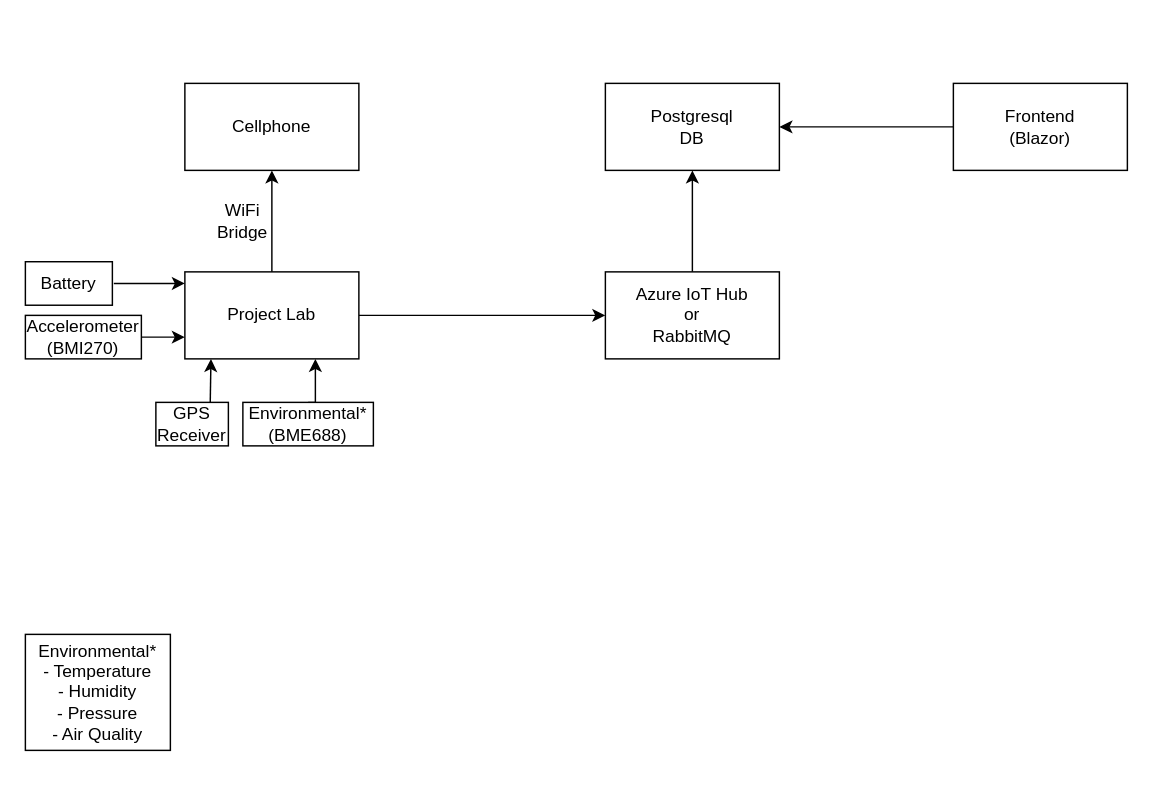
This is project-planning/CycleStream-project-architecture.drawio from markjamesm/CycleStream, a draw.io file, before an edit. Source tidied: cells renumbered, new cells numbered last; positions are measured from the earlier drawing's top-left corner, leaving out a move shared by most shapes. Both pictures are drawn from the tidied source at 145%, with x=0, y=0 at pixel (25, 83).
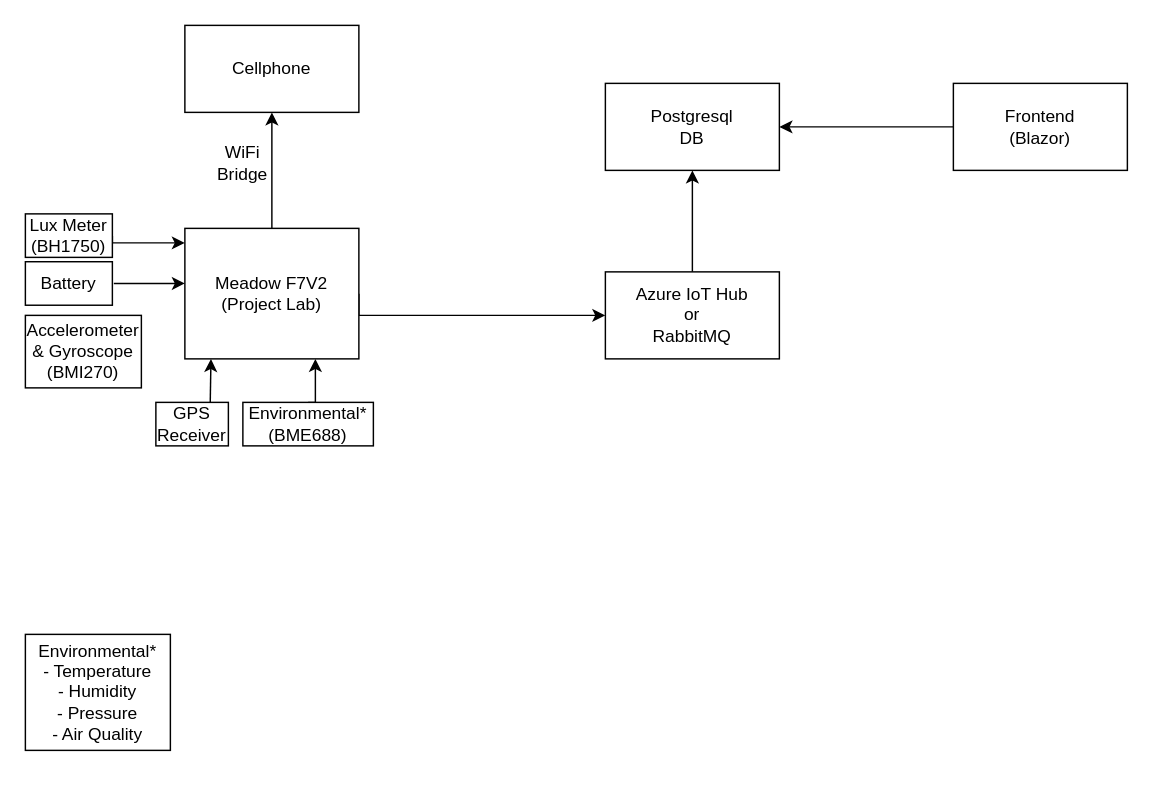
The same page after the edit.

The change refers to these unchanged cells:
```xml
<mxCell id="10" value="&lt;div&gt;Azure IoT Hub&lt;/div&gt;&lt;div&gt;or&lt;/div&gt;&lt;div&gt;RabbitMQ&lt;br&gt;&lt;/div&gt;" style="rounded=0;whiteSpace=wrap;html=1;" parent="1" vertex="1">
  <mxGeometry x="400" y="130" width="120" height="60" as="geometry" />
</mxCell>
```

The edit, as a diff of the source:
```diff
@@
     <mxCell id="3" style="edgeStyle=orthogonalEdgeStyle;rounded=0;jettySize=auto;html=1;exitX=1;exitY=0.5;exitDx=0;exitDy=0;entryX=0;entryY=0.5;entryDx=0;entryDy=0;" parent="1" edge="1" source="4" target="10">
-      <mxGeometry relative="1" as="geometry" />
+      <mxGeometry relative="1" as="geometry">
+        <Array as="points">
+          <mxPoint x="230" y="160" />
+        </Array>
+      </mxGeometry>
     </mxCell>
-    <mxCell id="4" value="Project Lab" style="rounded=0;whiteSpace=wrap;html=1;" parent="1" vertex="1">
-      <mxGeometry x="110" y="130" width="120" height="60" as="geometry" />
+    <mxCell id="4" value="Meadow F7V2&lt;br&gt;(Project Lab)" style="rounded=0;whiteSpace=wrap;html=1;" parent="1" vertex="1">
+      <mxGeometry x="110" y="100" width="120" height="90" as="geometry" />
     </mxCell>
@@
     <mxCell id="7" value="Cellphone" style="rounded=0;whiteSpace=wrap;html=1;" parent="1" vertex="1">
-      <mxGeometry x="110" width="120" height="60" as="geometry" />
+      <mxGeometry x="110" y="-40" width="120" height="60" as="geometry" />
     </mxCell>
     <mxCell id="8" value="WiFi Bridge" style="text;html=1;strokeColor=none;fillColor=none;align=center;verticalAlign=middle;whiteSpace=wrap;rounded=0;" parent="1" vertex="1">
-      <mxGeometry x="120" y="80" width="60" height="30" as="geometry" />
+      <mxGeometry x="120" y="40" width="60" height="30" as="geometry" />
     </mxCell>
@@
-    <mxCell id="12" style="edgeStyle=orthogonalEdgeStyle;rounded=0;jettySize=auto;html=1;exitX=1;exitY=0.5;exitDx=0;exitDy=0;entryX=0;entryY=0.75;entryDx=0;entryDy=0;" parent="1" edge="1" source="13" target="4">
-      <mxGeometry relative="1" as="geometry" />
-    </mxCell>
-    <mxCell id="13" value="Accelerometer&lt;br&gt;(BMI270)" style="rounded=0;whiteSpace=wrap;html=1;" parent="1" vertex="1">
-      <mxGeometry y="160" width="80" height="30" as="geometry" />
+    <mxCell id="13" value="Accelerometer&lt;br&gt;&amp;amp; Gyroscope&lt;br&gt;(BMI270)" style="rounded=0;whiteSpace=wrap;html=1;" parent="1" vertex="1">
+      <mxGeometry y="160" width="80" height="50" as="geometry" />
     </mxCell>
@@
+    <mxCell id="21" style="edgeStyle=orthogonalEdgeStyle;rounded=0;jettySize=auto;html=1;exitX=1;exitY=0.5;exitDx=0;exitDy=0;" parent="1" edge="1" source="22">
+      <mxGeometry relative="1" as="geometry">
+        <mxPoint x="110" y="110" as="targetPoint" />
+        <Array as="points">
+          <mxPoint x="60" y="110" />
+        </Array>
+      </mxGeometry>
+    </mxCell>
+    <mxCell id="22" value="Lux Meter&lt;br&gt;(BH1750)" style="rounded=0;whiteSpace=wrap;html=1;" parent="1" vertex="1">
+      <mxGeometry y="90" width="60" height="30" as="geometry" />
+    </mxCell>
```
